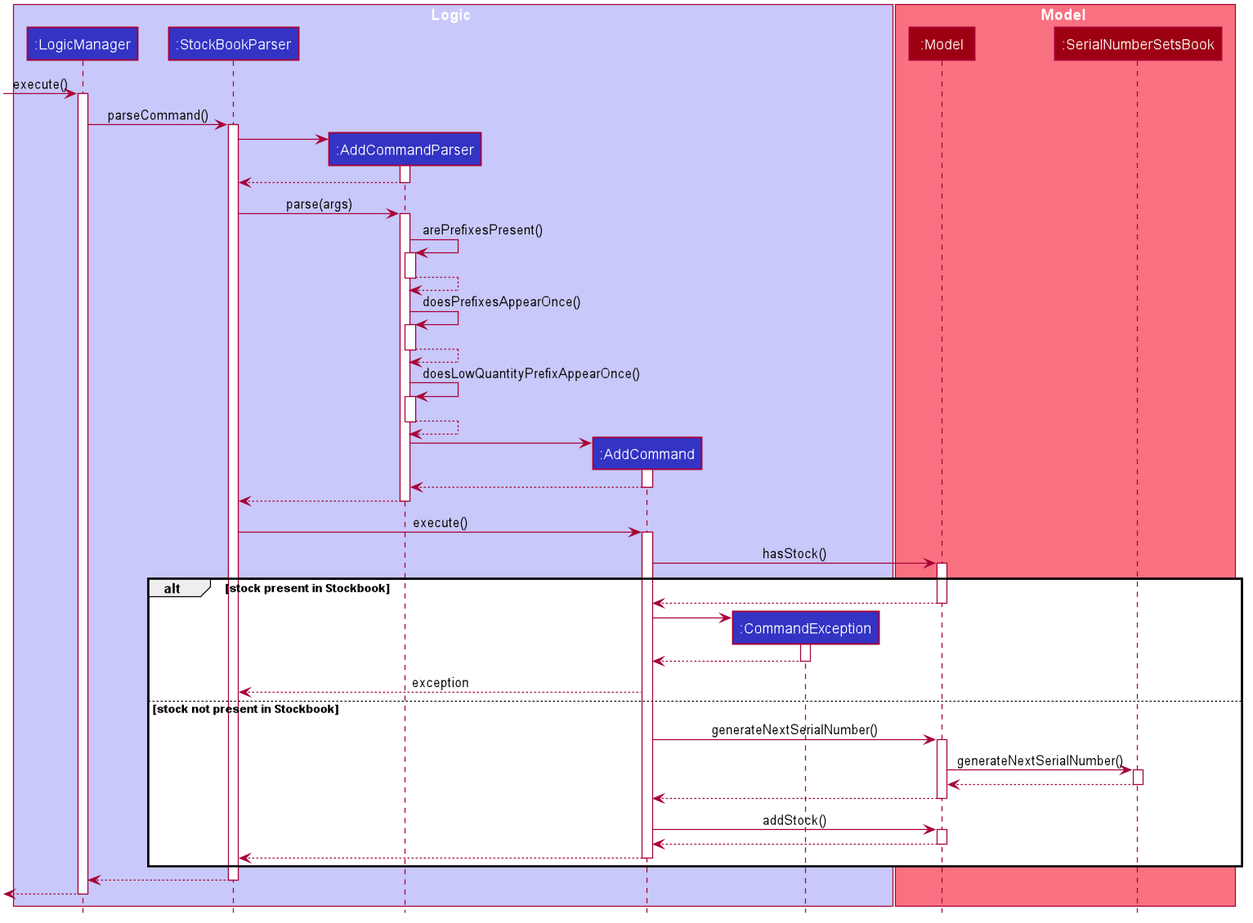
Above: docs/images/AddCommandSequenceDiagram.png in nus-cs2103-AY2021S1/tp (PlantUML), before the change. Its diagram source:
```plantuml
@startuml








skinparam BackgroundColor #FFFFFFF

skinparam Shadowing false

skinparam Class {
    FontColor #FFFFFF
    BorderThickness 1
    BorderColor #FFFFFF
    StereotypeFontColor #FFFFFF
    FontName Arial
}

skinparam Actor {
    BorderColor #000000
    Color #000000
    FontName Arial
}

skinparam Sequence {
    MessageAlign center
    BoxFontSize 15
    BoxPadding 0
    BoxFontColor #FFFFFF
    FontName Arial
}

skinparam Participant {
    FontColor #FFFFFFF
    Padding 20
}

skinparam MinClassWidth 50
skinparam ParticipantPadding 10
skinparam Shadowing false
skinparam DefaultTextAlignment center
skinparam packageStyle Rectangle

hide footbox
hide members
hide circle

box Logic #C8C8FA
participant ":LogicManager" as LogicManager #3333C4
participant ":StockBookParser" as StockBookParser #3333C4
participant ":AddCommandParser" as AddCommandParser #3333C4
participant ":AddCommand" as AddCommand #3333C4
participant ":CommandException" as CommandException #3333C4
end box

box Model #F97181
participant ":Model" as Model #9D0012
participant ":SerialNumberSetsBook" as SerialNumberSetsBook #9D0012
end box

[-> LogicManager : execute()
activate LogicManager

LogicManager -> StockBookParser : parseCommand()
activate StockBookParser

create AddCommandParser
StockBookParser -> AddCommandParser
activate AddCommandParser

AddCommandParser --> StockBookParser
deactivate AddCommandParser

StockBookParser -> AddCommandParser : parse(args)
activate AddCommandParser

AddCommandParser -> AddCommandParser : arePrefixesPresent()
activate AddCommandParser

AddCommandParser --> AddCommandParser
deactivate AddCommandParser

AddCommandParser -> AddCommandParser : doesPrefixesAppearOnce()
activate AddCommandParser

AddCommandParser --> AddCommandParser
deactivate AddCommandParser

AddCommandParser -> AddCommandParser : doesLowQuantityPrefixAppearOnce()
activate AddCommandParser

AddCommandParser --> AddCommandParser
deactivate AddCommandParser

create AddCommand
AddCommandParser -> AddCommand
activate AddCommand

AddCommand --> AddCommandParser
deactivate AddCommand

AddCommandParser --> StockBookParser
deactivate AddCommandParser

StockBookParser -> AddCommand : execute()
activate AddCommand

AddCommand -> Model : hasStock()
    activate Model

alt stock present in Stockbook
    Model --> AddCommand
    deactivate Model
    create CommandException
    AddCommand -> CommandException
    activate CommandException
    CommandException --> AddCommand
    deactivate CommandException
    AddCommand --> StockBookParser : exception
else stock not present in Stockbook
    AddCommand -> Model :generateNextSerialNumber()
    activate Model
    Model -> SerialNumberSetsBook :generateNextSerialNumber()
    activate SerialNumberSetsBook
    SerialNumberSetsBook --> Model
    deactivate SerialNumberSetsBook
    Model --> AddCommand
    deactivate Model
    AddCommand -> Model :addStock()
    activate Model
    Model --> AddCommand
    deactivate Model
    AddCommand --> StockBookParser
    deactivate AddCommand
end

StockBookParser --> LogicManager
deactivate StockBookParser

[<--LogicManager
deactivate LogicManager
@enduml
```
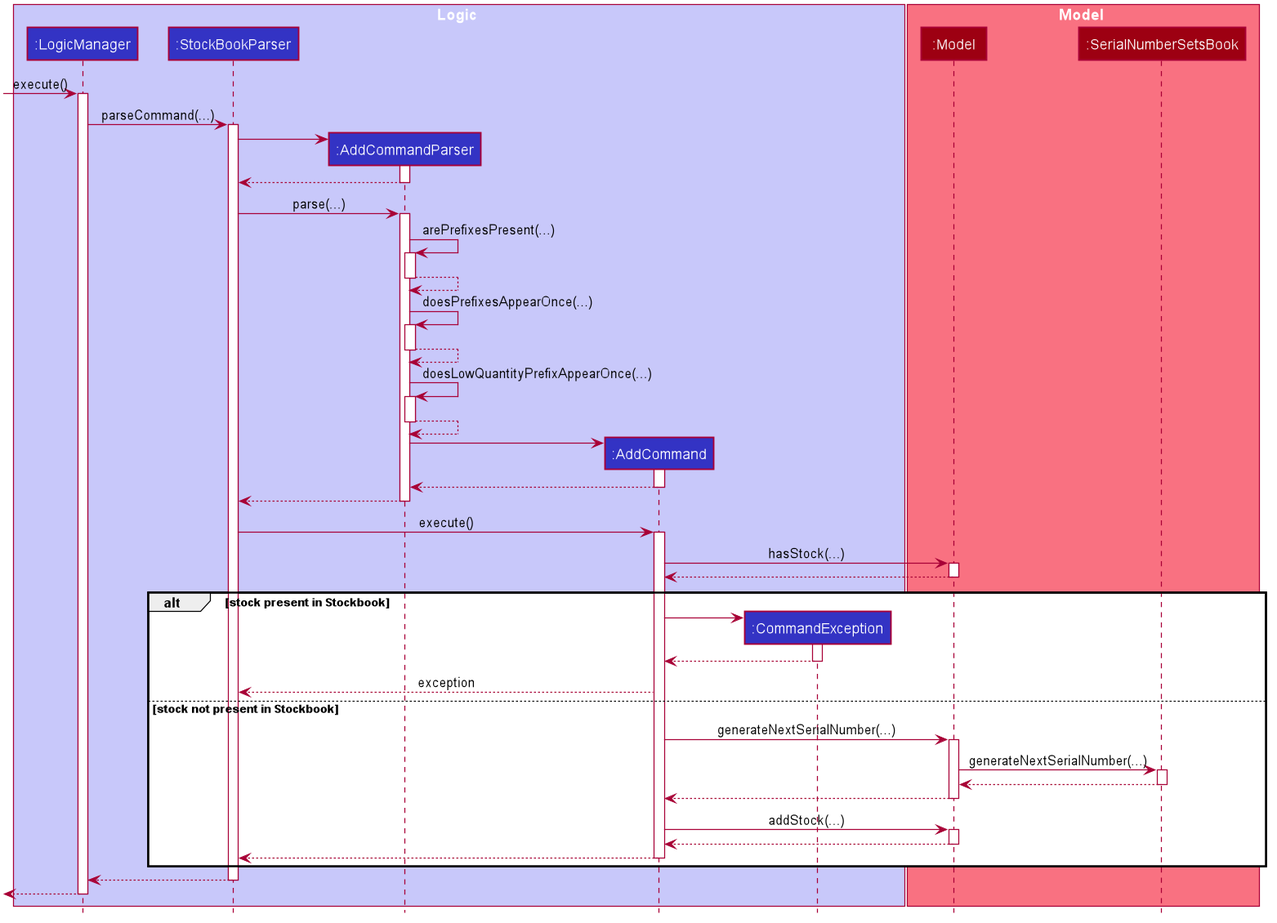
The same file after the commit.

What changed in the source:
```diff
@@ -64,7 +64,7 @@
 [-> LogicManager : execute()
 activate LogicManager
 
-LogicManager -> StockBookParser : parseCommand()
+LogicManager -> StockBookParser : parseCommand(...)
 activate StockBookParser
 
 create AddCommandParser
@@ -74,22 +74,22 @@
 AddCommandParser --> StockBookParser
 deactivate AddCommandParser
 
-StockBookParser -> AddCommandParser : parse(args)
+StockBookParser -> AddCommandParser : parse(...)
 activate AddCommandParser
 
-AddCommandParser -> AddCommandParser : arePrefixesPresent()
+AddCommandParser -> AddCommandParser : arePrefixesPresent(...)
 activate AddCommandParser
 
 AddCommandParser --> AddCommandParser
 deactivate AddCommandParser
 
-AddCommandParser -> AddCommandParser : doesPrefixesAppearOnce()
+AddCommandParser -> AddCommandParser : doesPrefixesAppearOnce(...)
 activate AddCommandParser
 
 AddCommandParser --> AddCommandParser
 deactivate AddCommandParser
 
-AddCommandParser -> AddCommandParser : doesLowQuantityPrefixAppearOnce()
+AddCommandParser -> AddCommandParser : doesLowQuantityPrefixAppearOnce(...)
 activate AddCommandParser
 
 AddCommandParser --> AddCommandParser
@@ -108,12 +108,12 @@
 StockBookParser -> AddCommand : execute()
 activate AddCommand
 
-AddCommand -> Model : hasStock()
-    activate Model
+AddCommand -> Model : hasStock(...)
+activate Model
+Model --> AddCommand
+deactivate Model
 
 alt stock present in Stockbook
-    Model --> AddCommand
-    deactivate Model
     create CommandException
     AddCommand -> CommandException
     activate CommandException
@@ -121,15 +121,15 @@
     deactivate CommandException
     AddCommand --> StockBookParser : exception
 else stock not present in Stockbook
-    AddCommand -> Model :generateNextSerialNumber()
+    AddCommand -> Model :generateNextSerialNumber(...)
     activate Model
-    Model -> SerialNumberSetsBook :generateNextSerialNumber()
+    Model -> SerialNumberSetsBook :generateNextSerialNumber(...)
     activate SerialNumberSetsBook
     SerialNumberSetsBook --> Model
     deactivate SerialNumberSetsBook
     Model --> AddCommand
     deactivate Model
-    AddCommand -> Model :addStock()
+    AddCommand -> Model :addStock(...)
     activate Model
     Model --> AddCommand
     deactivate Model
```
